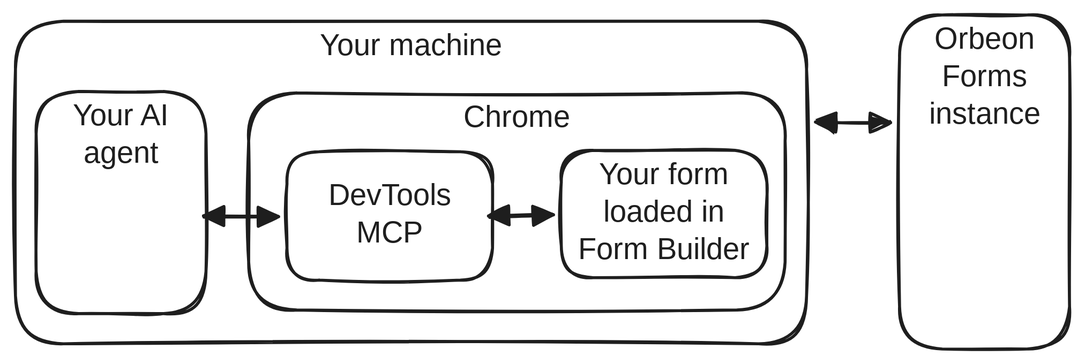
The Excalidraw diagram form-builder/images/webmcp-diagram.svg in orbeon/orbeon-forms-doc, before a commit. Source tidied: one line per element, renumbered; positions are measured from the earlier drawing's top-left corner, leaving out a move shared by most shapes. Source of this version:
```json
{"id": 0, "type": "rectangle", "strokeColor": "#1e1e1e", "strokeWidth": 2, "roughness": 1, "round": true, "x": 0, "y": 4, "width": 528, "height": 215}
{"id": 1, "type": "text", "text": "Your machine", "strokeColor": "#1e1e1e", "backgroundColor": "#ff8787", "fillStyle": "hachure", "strokeWidth": 2, "roughness": 1, "fontSize": 20, "fontFamily": 5, "textAlign": "center", "inside": 0, "x": 203, "y": 9, "width": 122, "height": 25}
{"id": 2, "type": "rectangle", "strokeColor": "#1e1e1e", "strokeWidth": 2, "roughness": 1, "round": true, "x": 14, "y": 51, "width": 113, "height": 148}
{"id": 3, "type": "text", "text": "Your AI\nagent", "strokeColor": "#1e1e1e", "backgroundColor": "#ff8787", "fillStyle": "hachure", "strokeWidth": 2, "roughness": 1, "fontSize": 20, "fontFamily": 5, "textAlign": "center", "inside": 2, "x": 34, "y": 56, "width": 74, "height": 50}
{"id": 4, "type": "rectangle", "strokeColor": "#1e1e1e", "strokeWidth": 2, "roughness": 1, "round": true, "x": 156, "y": 52, "width": 358, "height": 145}
{"id": 5, "type": "text", "text": "Chrome", "strokeColor": "#1e1e1e", "backgroundColor": "#ff8787", "fillStyle": "hachure", "strokeWidth": 2, "roughness": 1, "fontSize": 20, "fontFamily": 5, "textAlign": "center", "inside": 4, "x": 300, "y": 57, "width": 68, "height": 25}
{"id": 6, "type": "rectangle", "strokeColor": "#1e1e1e", "strokeWidth": 2, "roughness": 1, "round": true, "x": 181, "y": 91, "width": 137, "height": 86}
{"id": 7, "type": "text", "text": "DevTools\nMCP", "strokeColor": "#1e1e1e", "backgroundColor": "#ff8787", "fillStyle": "hachure", "strokeWidth": 2, "roughness": 1, "fontSize": 20, "fontFamily": 5, "textAlign": "center", "verticalAlign": "middle", "inside": 6, "x": 204, "y": 109, "width": 92, "height": 50}
{"id": 8, "type": "rectangle", "strokeColor": "#1e1e1e", "strokeWidth": 2, "roughness": 1, "round": true, "x": 364, "y": 90, "width": 137, "height": 85}
{"id": 9, "type": "text", "text": "Your form\nloaded in\nForm Builder", "strokeColor": "#1e1e1e", "backgroundColor": "#ff8787", "fillStyle": "hachure", "strokeWidth": 2, "roughness": 1, "fontSize": 20, "fontFamily": 5, "textAlign": "center", "verticalAlign": "middle", "inside": 8, "x": 372, "y": 95, "width": 121, "height": 75}
{"id": 10, "type": "rectangle", "strokeColor": "#1e1e1e", "strokeWidth": 2, "roughness": 1, "round": true, "x": 590, "y": 0, "width": 113, "height": 223}
{"id": 11, "type": "text", "text": "Orbeon\nForms\ninstance", "strokeColor": "#1e1e1e", "backgroundColor": "#ff8787", "fillStyle": "hachure", "strokeWidth": 2, "roughness": 1, "fontSize": 20, "fontFamily": 5, "textAlign": "center", "inside": 10, "x": 606, "y": 5, "width": 80, "height": 75}
{"id": 12, "type": "arrow", "strokeColor": "#1e1e1e", "strokeWidth": 2, "roughness": 1, "startArrowhead": "triangle", "endArrowhead": "triangle", "from": 0, "to": 10, "x": 534, "y": 71, "width": 50, "height": 0, "points": [[0, 0], [50, 0]]}
{"id": 13, "type": "arrow", "strokeColor": "#1e1e1e", "backgroundColor": "#ff8787", "fillStyle": "hachure", "strokeWidth": 2, "roughness": 1, "startArrowhead": "triangle", "endArrowhead": "triangle", "round": true, "from": 6, "to": 2, "x": 175, "y": 134, "width": 49, "height": 0, "points": [[0, 0], [-49, 0]]}
{"id": 14, "type": "arrow", "strokeColor": "#1e1e1e", "backgroundColor": "#ff8787", "fillStyle": "hachure", "strokeWidth": 2, "roughness": 1, "startArrowhead": "triangle", "endArrowhead": "triangle", "round": true, "from": 6, "to": 8, "x": 316, "y": 135, "width": 42, "height": 2, "points": [[0, 0], [42, -2]]}
```
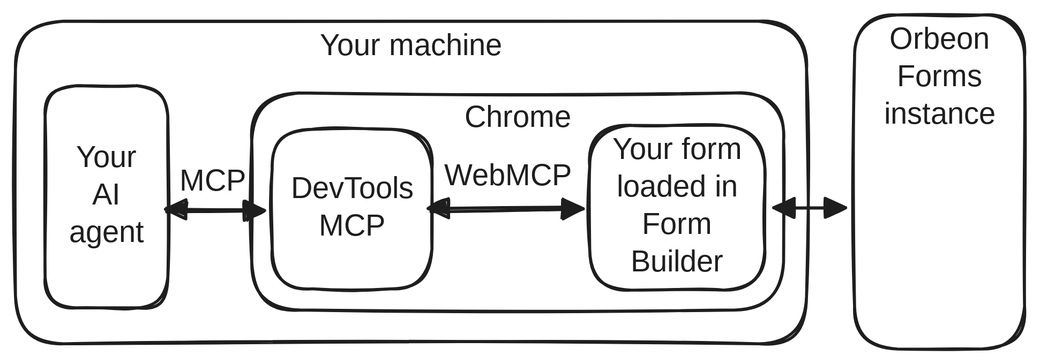
Later version of the same file.

Commit message:
Wording, improvements to WebMCP diagram

Change to the diagram source:
```diff
@@ -1,15 +1,17 @@
-{"id": 0, "type": "rectangle", "strokeColor": "#1e1e1e", "strokeWidth": 2, "roughness": 1, "round": true, "x": 0, "y": 4, "width": 528, "height": 215}
+{"id": 0, "type": "rectangle", "strokeColor": "#1e1e1e", "strokeWidth": 2, "roughness": 1, "round": true, "x": 1, "y": 4, "width": 528, "height": 215}
-{"id": 1, "type": "text", "text": "Your machine", "strokeColor": "#1e1e1e", "backgroundColor": "#ff8787", "fillStyle": "hachure", "strokeWidth": 2, "roughness": 1, "fontSize": 20, "fontFamily": 5, "textAlign": "center", "inside": 0, "x": 203, "y": 9, "width": 122, "height": 25}
+{"id": 1, "type": "text", "text": "Your machine", "strokeColor": "#1e1e1e", "backgroundColor": "#ff8787", "fillStyle": "hachure", "strokeWidth": 2, "roughness": 1, "fontSize": 20, "fontFamily": 5, "textAlign": "center", "inside": 0, "x": 204, "y": 9, "width": 122, "height": 25}
-{"id": 2, "type": "rectangle", "strokeColor": "#1e1e1e", "strokeWidth": 2, "roughness": 1, "round": true, "x": 14, "y": 51, "width": 113, "height": 148}
+{"id": 2, "type": "rectangle", "strokeColor": "#1e1e1e", "strokeWidth": 2, "roughness": 1, "round": true, "x": 21, "y": 47, "width": 82, "height": 148}
-{"id": 3, "type": "text", "text": "Your AI\nagent", "strokeColor": "#1e1e1e", "backgroundColor": "#ff8787", "fillStyle": "hachure", "strokeWidth": 2, "roughness": 1, "fontSize": 20, "fontFamily": 5, "textAlign": "center", "inside": 2, "x": 34, "y": 56, "width": 74, "height": 50}
+{"id": 3, "type": "text", "text": "Your\nAI\nagent", "strokeColor": "#1e1e1e", "backgroundColor": "#ff8787", "fillStyle": "hachure", "strokeWidth": 2, "roughness": 1, "fontSize": 20, "fontFamily": 5, "textAlign": "center", "verticalAlign": "middle", "inside": 2, "x": 34, "y": 84, "width": 55, "height": 75}
-{"id": 4, "type": "rectangle", "strokeColor": "#1e1e1e", "strokeWidth": 2, "roughness": 1, "round": true, "x": 156, "y": 52, "width": 358, "height": 145}
+{"id": 4, "type": "rectangle", "strokeColor": "#1e1e1e", "strokeWidth": 2, "roughness": 1, "round": true, "x": 159, "y": 52, "width": 355, "height": 145}
-{"id": 5, "type": "text", "text": "Chrome", "strokeColor": "#1e1e1e", "backgroundColor": "#ff8787", "fillStyle": "hachure", "strokeWidth": 2, "roughness": 1, "fontSize": 20, "fontFamily": 5, "textAlign": "center", "inside": 4, "x": 300, "y": 57, "width": 68, "height": 25}
+{"id": 5, "type": "text", "text": "Chrome", "strokeColor": "#1e1e1e", "backgroundColor": "#ff8787", "fillStyle": "hachure", "strokeWidth": 2, "roughness": 1, "fontSize": 20, "fontFamily": 5, "textAlign": "center", "inside": 4, "x": 302, "y": 57, "width": 68, "height": 25}
-{"id": 6, "type": "rectangle", "strokeColor": "#1e1e1e", "strokeWidth": 2, "roughness": 1, "round": true, "x": 181, "y": 91, "width": 137, "height": 86}
-{"id": 7, "type": "text", "text": "DevTools\nMCP", "strokeColor": "#1e1e1e", "backgroundColor": "#ff8787", "fillStyle": "hachure", "strokeWidth": 2, "roughness": 1, "fontSize": 20, "fontFamily": 5, "textAlign": "center", "verticalAlign": "middle", "inside": 6, "x": 204, "y": 109, "width": 92, "height": 50}
-{"id": 8, "type": "rectangle", "strokeColor": "#1e1e1e", "strokeWidth": 2, "roughness": 1, "round": true, "x": 364, "y": 90, "width": 137, "height": 85}
+{"id": 8, "type": "rectangle", "strokeColor": "#1e1e1e", "strokeWidth": 2, "roughness": 1, "round": true, "x": 384, "y": 74, "width": 117, "height": 110}
-{"id": 9, "type": "text", "text": "Your form\nloaded in\nForm Builder", "strokeColor": "#1e1e1e", "backgroundColor": "#ff8787", "fillStyle": "hachure", "strokeWidth": 2, "roughness": 1, "fontSize": 20, "fontFamily": 5, "textAlign": "center", "verticalAlign": "middle", "inside": 8, "x": 372, "y": 95, "width": 121, "height": 75}
+{"id": 9, "type": "text", "text": "Your form\nloaded in\nForm\nBuilder", "strokeColor": "#1e1e1e", "backgroundColor": "#ff8787", "fillStyle": "hachure", "strokeWidth": 2, "roughness": 1, "fontSize": 20, "fontFamily": 5, "textAlign": "center", "verticalAlign": "middle", "inside": 8, "x": 396, "y": 79, "width": 93, "height": 100}
-{"id": 10, "type": "rectangle", "strokeColor": "#1e1e1e", "strokeWidth": 2, "roughness": 1, "round": true, "x": 590, "y": 0, "width": 113, "height": 223}
+{"id": 10, "type": "rectangle", "strokeColor": "#1e1e1e", "strokeWidth": 2, "roughness": 1, "round": true, "x": 561, "y": 0, "width": 113, "height": 223}
-{"id": 11, "type": "text", "text": "Orbeon\nForms\ninstance", "strokeColor": "#1e1e1e", "backgroundColor": "#ff8787", "fillStyle": "hachure", "strokeWidth": 2, "roughness": 1, "fontSize": 20, "fontFamily": 5, "textAlign": "center", "inside": 10, "x": 606, "y": 5, "width": 80, "height": 75}
+{"id": 11, "type": "text", "text": "Orbeon\nForms\ninstance", "strokeColor": "#1e1e1e", "backgroundColor": "#ff8787", "fillStyle": "hachure", "strokeWidth": 2, "roughness": 1, "fontSize": 20, "fontFamily": 5, "textAlign": "center", "inside": 10, "x": 577, "y": 5, "width": 80, "height": 75}
-{"id": 12, "type": "arrow", "strokeColor": "#1e1e1e", "strokeWidth": 2, "roughness": 1, "startArrowhead": "triangle", "endArrowhead": "triangle", "from": 0, "to": 10, "x": 534, "y": 71, "width": 50, "height": 0, "points": [[0, 0], [50, 0]]}
+{"id": 12, "type": "arrow", "strokeColor": "#1e1e1e", "strokeWidth": 2, "roughness": 1, "startArrowhead": "triangle", "endArrowhead": "triangle", "from": 8, "to": 10, "x": 507, "y": 129, "width": 48, "height": 0, "points": [[0, 0], [48, 0]]}
-{"id": 13, "type": "arrow", "strokeColor": "#1e1e1e", "backgroundColor": "#ff8787", "fillStyle": "hachure", "strokeWidth": 2, "roughness": 1, "startArrowhead": "triangle", "endArrowhead": "triangle", "round": true, "from": 6, "to": 2, "x": 175, "y": 134, "width": 49, "height": 0, "points": [[0, 0], [-49, 0]]}
+{"id": 13, "type": "arrow", "strokeColor": "#1e1e1e", "backgroundColor": "#ff8787", "fillStyle": "hachure", "strokeWidth": 2, "roughness": 1, "startArrowhead": "triangle", "endArrowhead": "triangle", "round": true, "from": 6, "to": 2, "x": 166, "y": 130, "width": 65, "height": 1, "points": [[0, 0], [-65, 1]]}
-{"id": 14, "type": "arrow", "strokeColor": "#1e1e1e", "backgroundColor": "#ff8787", "fillStyle": "hachure", "strokeWidth": 2, "roughness": 1, "startArrowhead": "triangle", "endArrowhead": "triangle", "round": true, "from": 6, "to": 8, "x": 316, "y": 135, "width": 42, "height": 2, "points": [[0, 0], [42, -2]]}
+{"id": 14, "type": "arrow", "strokeColor": "#1e1e1e", "backgroundColor": "#ff8787", "fillStyle": "hachure", "strokeWidth": 2, "roughness": 1, "startArrowhead": "triangle", "endArrowhead": "triangle", "round": true, "from": 6, "to": 8, "x": 277, "y": 130, "width": 101, "height": 1, "points": [[0, 0], [101, -1]]}
+{"id": 15, "type": "text", "text": "WebMCP", "strokeColor": "#1e1e1e", "backgroundColor": "#ff8787", "fillStyle": "hachure", "strokeWidth": 2, "roughness": 1, "fontSize": 20, "fontFamily": 5, "textAlign": "center", "x": 290, "y": 96, "width": 79, "height": 25}
+{"id": 6, "type": "rectangle", "strokeColor": "#1e1e1e", "strokeWidth": 2, "roughness": 1, "round": true, "x": 172, "y": 76, "width": 107, "height": 106}
+{"id": 7, "type": "text", "text": "DevTools\nMCP", "strokeColor": "#1e1e1e", "backgroundColor": "#ff8787", "fillStyle": "hachure", "strokeWidth": 2, "roughness": 1, "fontSize": 20, "fontFamily": 5, "textAlign": "center", "verticalAlign": "middle", "inside": 6, "x": 180, "y": 105, "width": 92, "height": 50}
+{"id": 16, "type": "text", "text": "MCP", "strokeColor": "#1e1e1e", "backgroundColor": "#ff8787", "fillStyle": "hachure", "strokeWidth": 2, "roughness": 1, "fontSize": 20, "fontFamily": 5, "textAlign": "center", "x": 112, "y": 100, "width": 42, "height": 25}
```
